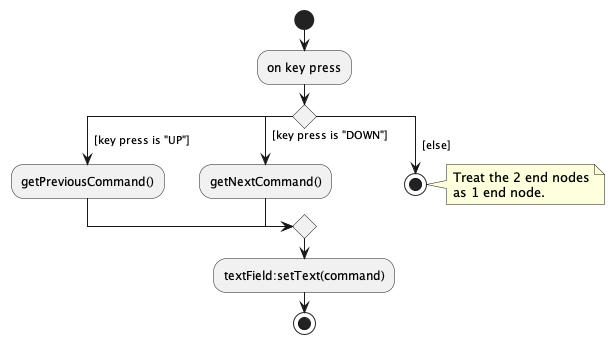
nus-cs2103-AY2223S1/tp keeps this PlantUML diagram as docs/images/CommandHistoryActivityDiagram.png. Above is the earlier version. Source of this version:
```plantuml
@startuml

start
:on key press;

switch ()
case (  [key press is "UP"])
  :getPreviousCommand();
case (  [key press is "DOWN"])
    :getNextCommand();
case (  [else])
    stop
    note right
        Treat the 2 end nodes
        as 1 end node.
    end note
endswitch

:textField:setText(command);
label ending
stop

@enduml
```
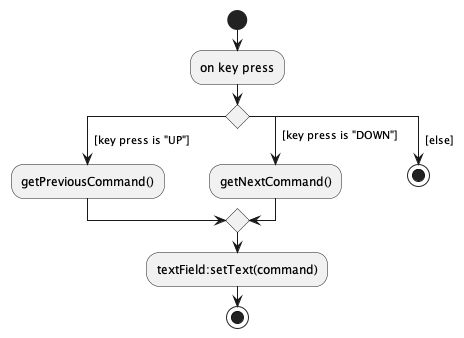
The same diagram one commit later.

Commit message:
CommandHistoryActivityDiagram: Update diagram

Diff of the diagram source:
```diff
@@ -10,10 +10,6 @@
     :getNextCommand();
 case (  [else])
     stop
-    note right
-        Treat the 2 end nodes
-        as 1 end node.
-    end note
 endswitch
 
 :textField:setText(command);
```
